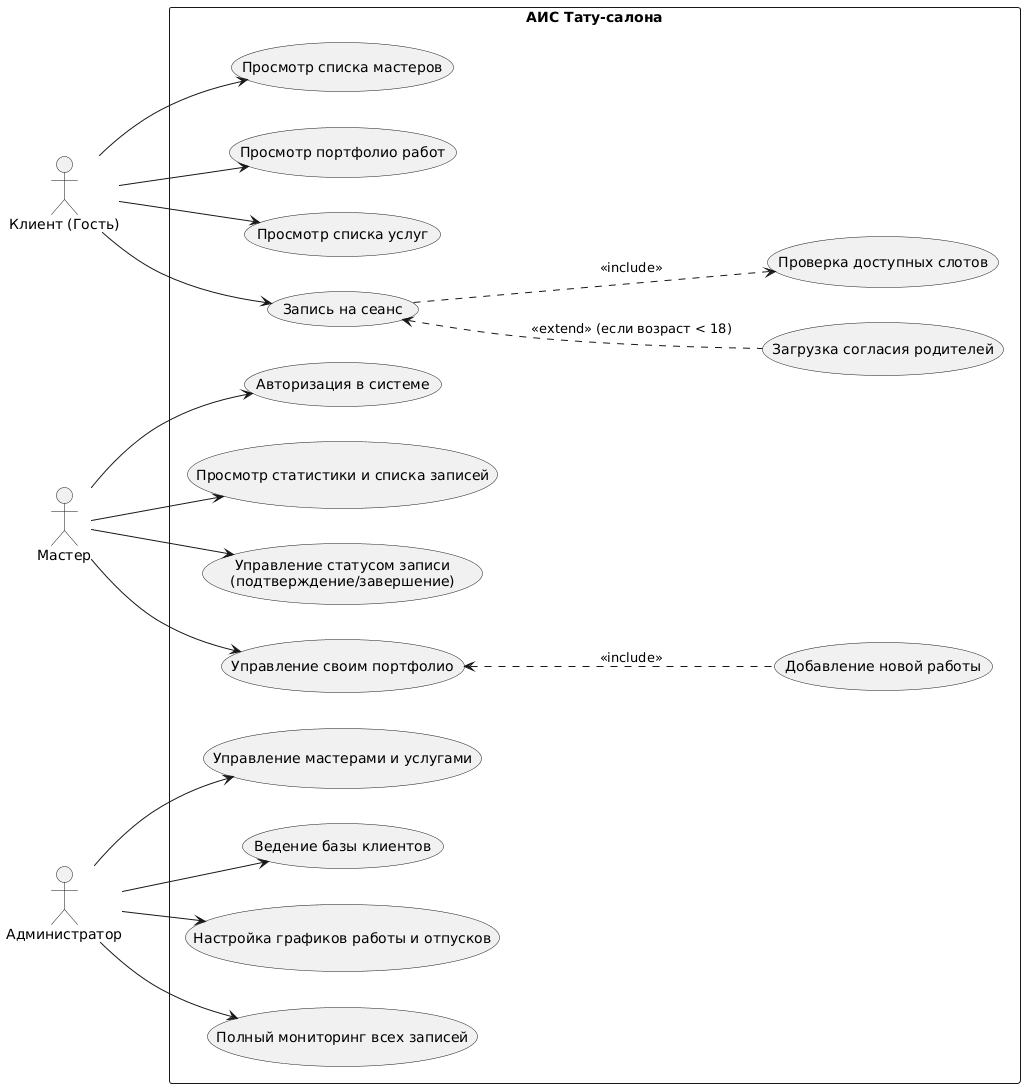
This is diagrams/use_case/use_case.png from kr1ms0nh3ad/psychochainsaw_tattoo, a PlantUML export, as it was before one commit.
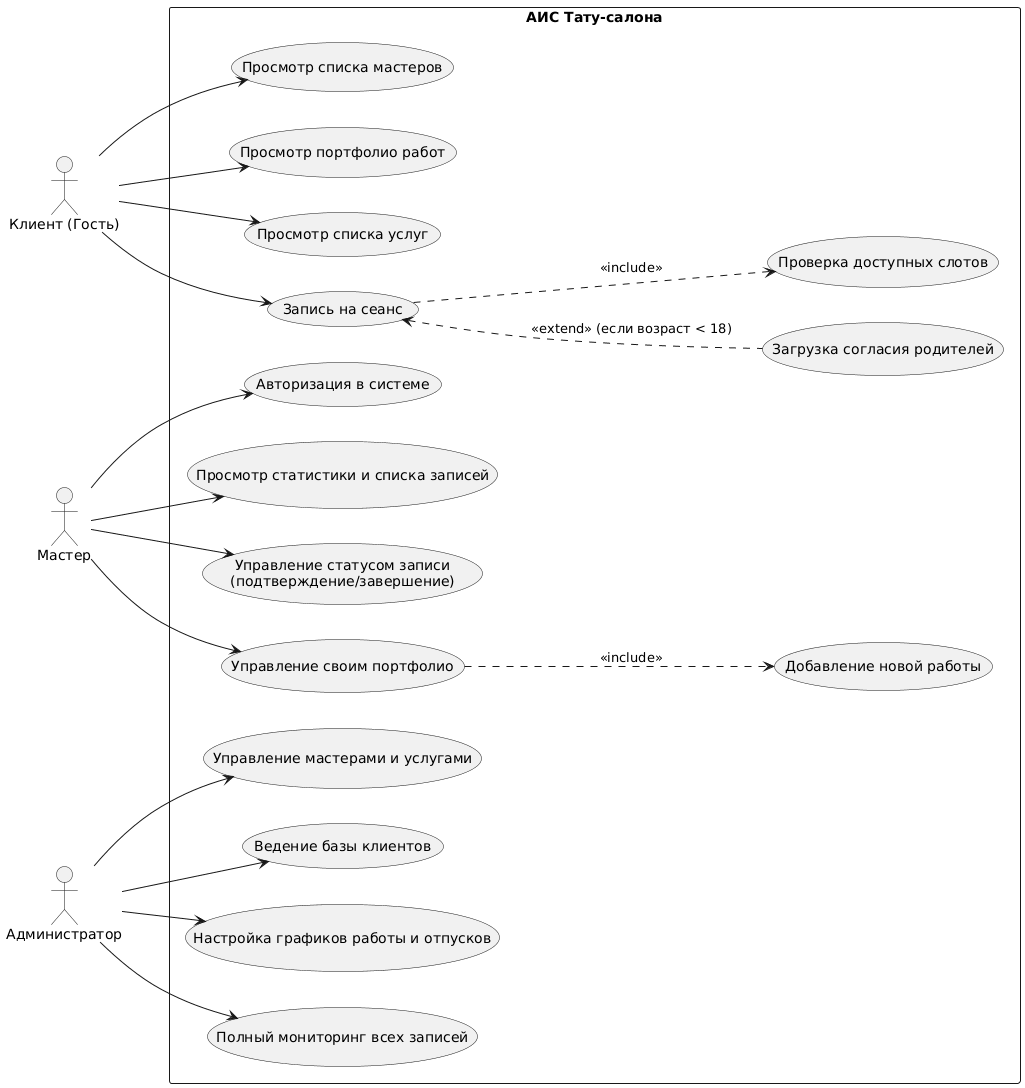
The same file after the commit.

Diff of the diagram source:
```diff
@@ -37,7 +37,7 @@
     Master --> UC8
     Master --> UC9
     Master --> UC10
-    UC10 <.. UC11 : <<include>>
+    UC10 ..> UC11 : <<include>>
 
     Admin --> UC12
     Admin --> UC13
```
